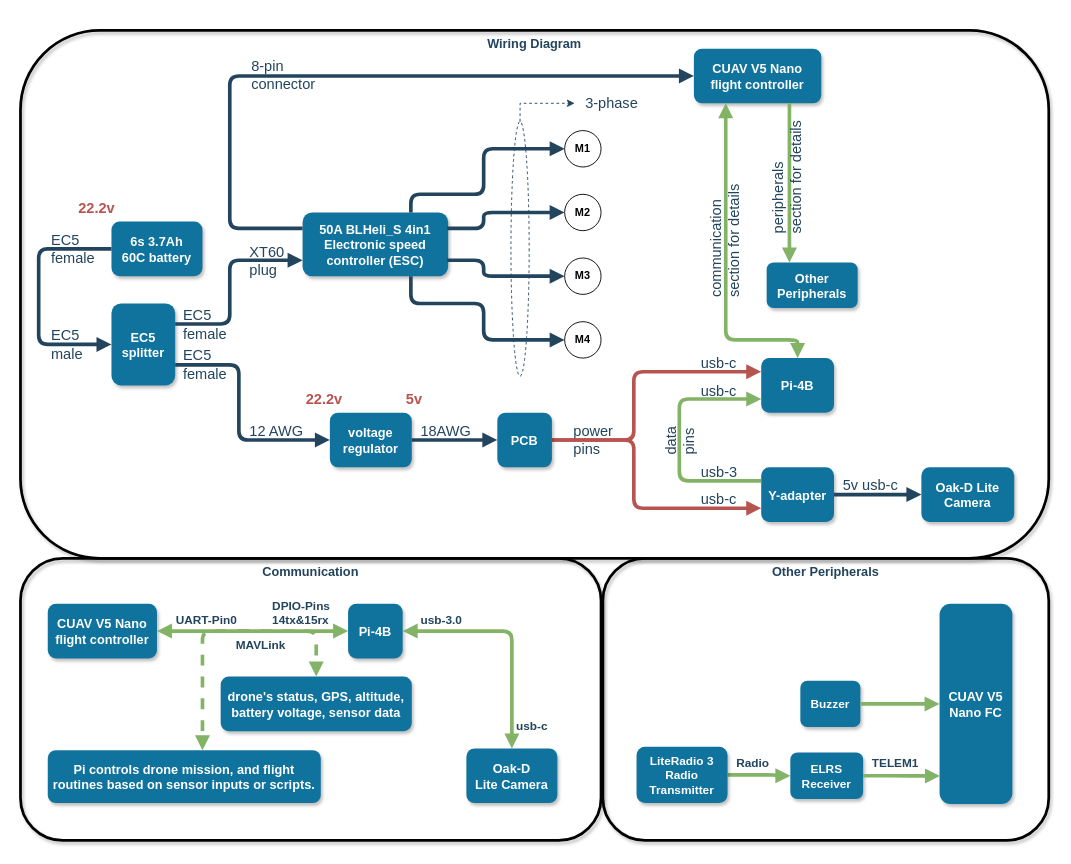
The draw.io diagram electrical-design/wiring-diagram.drawio in MichaelThamm/autonomous-drone, before the edit. Source tidied: cells renumbered, new cells numbered last; positions are measured from the earlier drawing's top-left corner, leaving out a move shared by most shapes. Both pictures are drawn from the tidied source at 91%, with x=0, y=0 at pixel (20, 15).
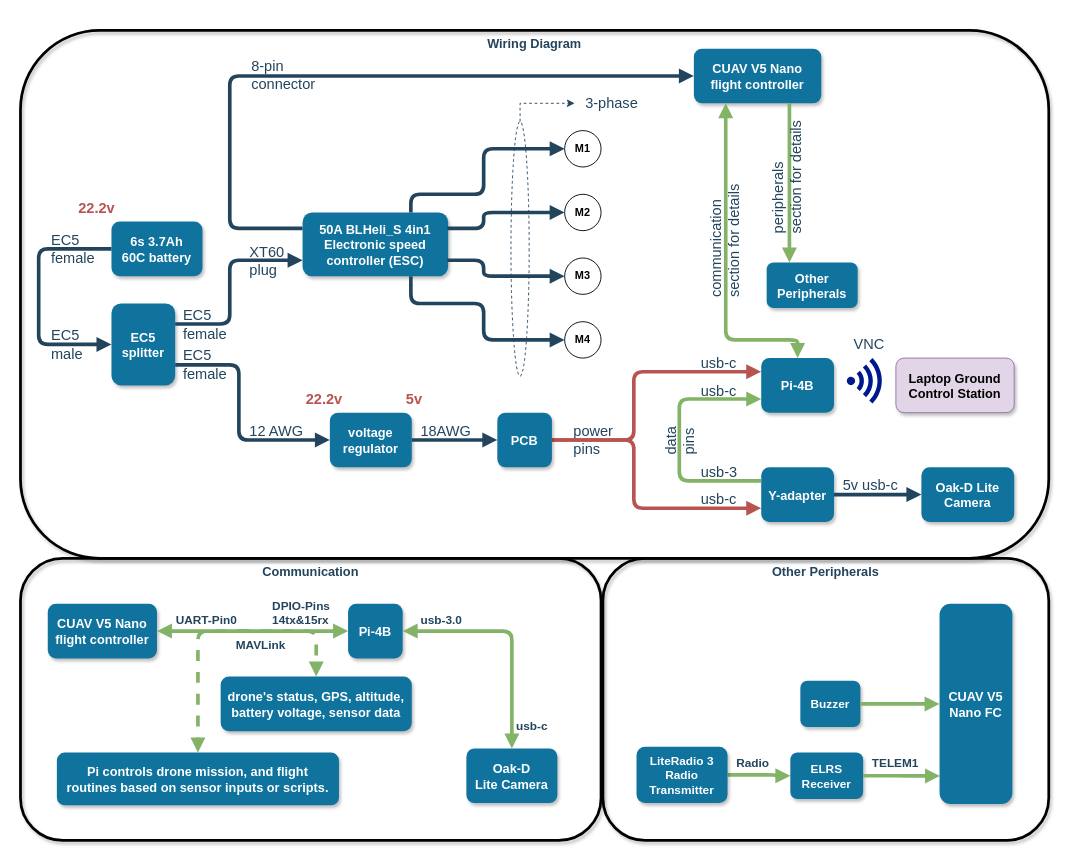
Above is the later version.

The edit, as a diff of the source:
```diff
@@
     <mxCell id="64" value="Pi controls drone mission, and flight&#10;routines based on sensor inputs or scripts." style="rounded=1;fillColor=#10739E;strokeColor=none;shadow=1;gradientColor=none;fontStyle=1;fontColor=#FFFFFF;fontSize=14;" parent="1" vertex="1">
-      <mxGeometry x="30" y="807" width="300" height="58" as="geometry" />
+      <mxGeometry x="40" y="809.5" width="310" height="58" as="geometry" />
     </mxCell>
-    <mxCell id="65" style="edgeStyle=elbowEdgeStyle;strokeWidth=4;endArrow=block;endFill=1;fontStyle=1;strokeColor=#82b366;entryX=0.5;entryY=0;entryDx=0;entryDy=0;elbow=horizontal;fillColor=#d5e8d4;dashed=1;" parent="1" edge="1">
+    <mxCell id="65" style="edgeStyle=elbowEdgeStyle;strokeWidth=4;endArrow=block;endFill=1;fontStyle=1;strokeColor=#82b366;entryX=0.5;entryY=0;entryDx=0;entryDy=0;elbow=horizontal;fillColor=#d5e8d4;dashed=1;" parent="1" edge="1" target="64">
       <mxGeometry x="112" y="915.5" as="geometry">
         <mxPoint x="250" y="676" as="sourcePoint" />
-        <mxPoint x="200" y="807" as="targetPoint" />
         <Array as="points">
-          <mxPoint x="200" y="746" />
+          <mxPoint x="195" y="746" />
         </Array>
       </mxGeometry>
     </mxCell>
@@
+    <mxCell id="80" style="sketch=0;shadow=0;dashed=0;html=1;strokeColor=none;labelPosition=center;verticalLabelPosition=bottom;verticalAlign=top;align=center;fillColor=#00188D;shape=mxgraph.mscae.enterprise.wireless_connection;" parent="1" vertex="1">
+      <mxGeometry x="908" y="376" width="42" height="50" as="geometry" />
+    </mxCell>
+    <mxCell id="81" value="Laptop Ground &#10;Control Station" style="rounded=1;fillColor=#e1d5e7;strokeColor=#9673a6;shadow=1;fontStyle=1;fontSize=14;" parent="1" vertex="1">
+      <mxGeometry x="962" y="376" width="130" height="60" as="geometry" />
+    </mxCell>
+    <mxCell id="82" value="&lt;span style=&quot;font-size: 16px;&quot;&gt;VNC&lt;/span&gt;" style="edgeLabel;html=1;align=left;verticalAlign=middle;labelBackgroundColor=none;fontColor=#23445D;" parent="1" vertex="1">
+      <mxGeometry x="892" y="296" as="geometry">
+        <mxPoint x="22" y="64" as="offset" />
+      </mxGeometry>
+    </mxCell>
```
